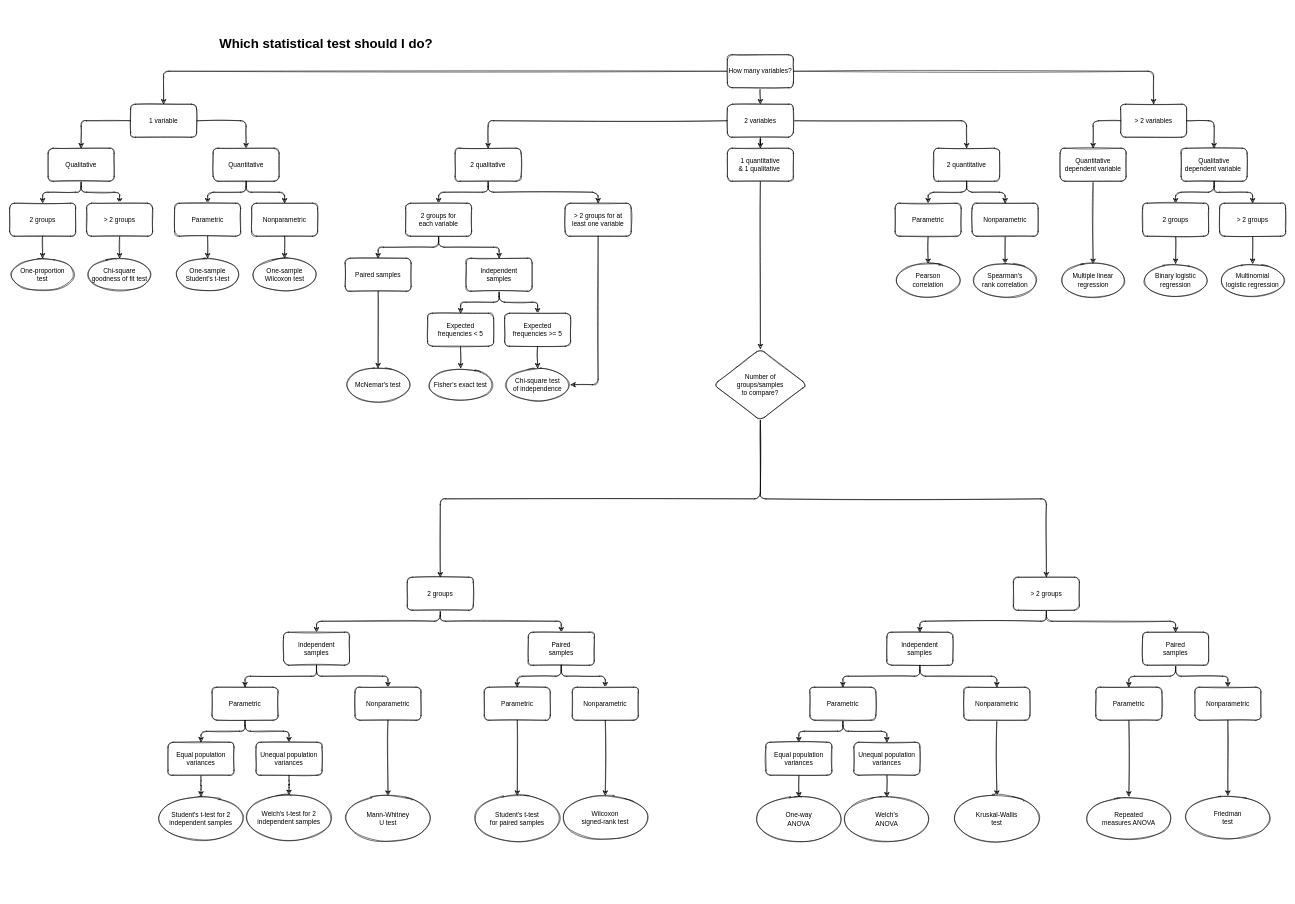
Earlier version of the draw.io diagram static/blog/files/overview-of-statistical-tests.drawio (AntoineSoetewey/statsandr). Source tidied: cells renumbered, new cells numbered last; positions are measured from the earlier drawing's top-left corner, leaving out a move shared by most shapes. Both pictures are drawn from the tidied source at 55%, with x=0, y=0 at pixel (9, 32). Pictures stored in the file or linked from it are replaced by grey dashed boxes.
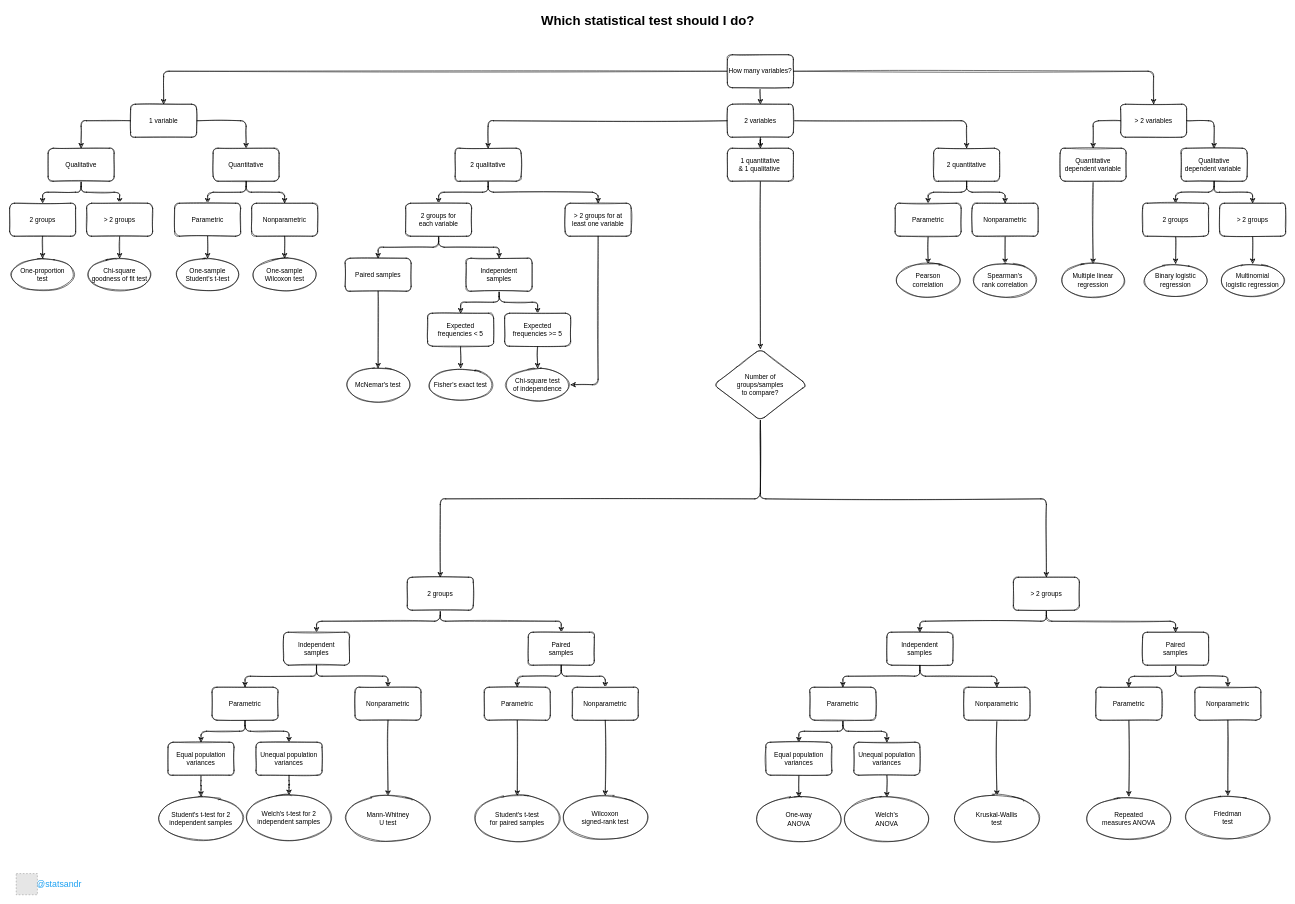
After the change.

Change to the diagram source:
```diff
@@
     <mxCell id="2" value="Which statistical test should I do?" style="text;strokeColor=none;fillColor=none;html=1;fontSize=24;fontStyle=1;verticalAlign=middle;align=center;rounded=1;sketch=1;" parent="1" vertex="1">
-      <mxGeometry x="525" width="100" height="40" as="geometry" />
+      <mxGeometry x="1110" y="-42" width="100" height="40" as="geometry" />
     </mxCell>
@@
+    <mxCell id="135" value="@statsandr" style="text;strokeColor=none;fillColor=none;align=center;verticalAlign=middle;fontColor=#1DA1F2;fontStyle=0;rounded=1;shadow=0;sketch=1;whiteSpace=wrap;html=1;fontSize=16;" parent="1" vertex="1">
+      <mxGeometry x="58.5" y="1528" width="61.5" height="40" as="geometry" />
+    </mxCell>
+    <mxCell id="136" style="fillColor=#E6E6E6;strokeColor=#999999;dashed=1;verticalLabelPosition=bottom;labelBackgroundColor=#ffffff;verticalAlign=top;" parent="1" vertex="1">
+      <mxGeometry x="12" y="1528.8" width="38.5" height="38.5" as="geometry" />
+    </mxCell>
```
